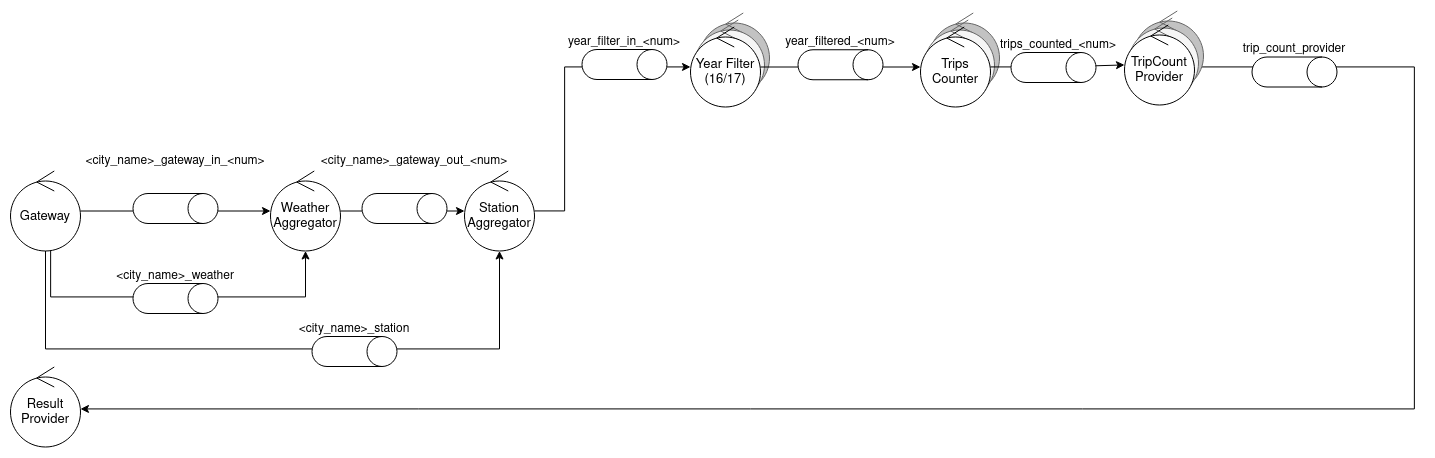
The draw.io diagram docs/robustness_query_2.png in efoppiano/dist1_tp1, before a commit. Source tidied: cells renumbered, new cells last; positions are measured from the earlier drawing's top-left corner, leaving out a move shared by most shapes.
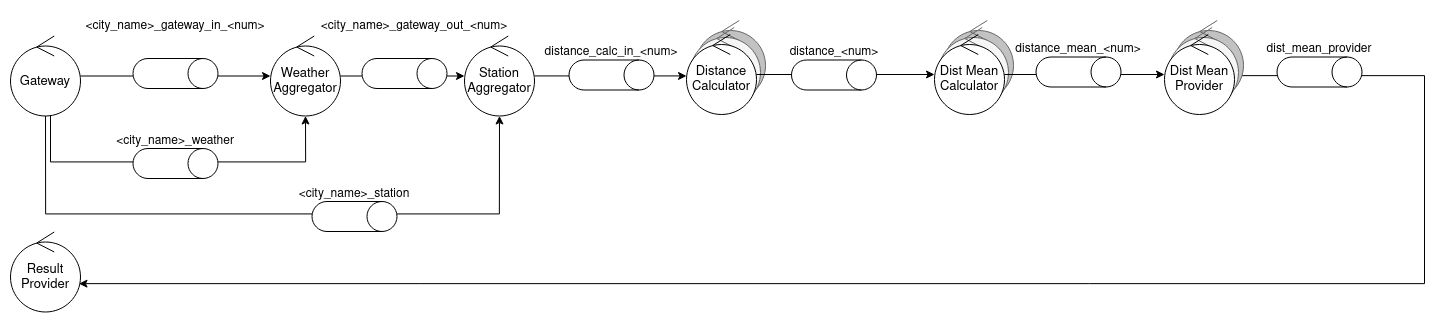
Above is the later version.

Diff of the diagram source:
```diff
@@ -43,7 +43,7 @@
       <mxGeometry relative="1" as="geometry" />
     </mxCell>
     <mxCell id="12" style="group;fontSize=13;" parent="1" vertex="1">
-      <mxGeometry x="680" y="2.5" width="79" height="94" as="geometry" />
+      <mxGeometry x="676" y="145" width="79" height="94" as="geometry" />
     </mxCell>
     <mxCell id="13" style="ellipse;shape=umlControl;whiteSpace=wrap;html=1;fillColor=#C2C2C2;fontColor=#333333;strokeColor=#666666;fontSize=13;" parent="12" vertex="1">
       <mxGeometry x="9" width="70" height="80" as="geometry" />
@@ -51,27 +51,27 @@
     <mxCell id="14" style="ellipse;shape=umlControl;whiteSpace=wrap;html=1;fillColor=#f5f5f5;fontColor=#333333;strokeColor=#666666;fontSize=13;" parent="12" vertex="1">
       <mxGeometry x="4" y="7" width="70" height="80" as="geometry" />
     </mxCell>
-    <mxCell id="15" value="Year Filter (16/17)" style="ellipse;shape=umlControl;whiteSpace=wrap;html=1;fontSize=13;" parent="12" vertex="1">
+    <mxCell id="15" value="Distance Calculator" style="ellipse;shape=umlControl;whiteSpace=wrap;html=1;fontSize=13;" parent="12" vertex="1">
       <mxGeometry y="14" width="70" height="80" as="geometry" />
     </mxCell>
     <mxCell id="16" style="edgeStyle=orthogonalEdgeStyle;rounded=0;jettySize=auto;html=1;fontSize=13;" parent="1" edge="1" source="7" target="15">
       <mxGeometry relative="1" as="geometry">
         <Array as="points">
-          <mxPoint x="554" y="200.5" />
-          <mxPoint x="554" y="56.5" />
+          <mxPoint x="554" y="201" />
+          <mxPoint x="644" y="200" />
         </Array>
       </mxGeometry>
     </mxCell>
     <mxCell id="17" style="edgeStyle=orthogonalEdgeStyle;rounded=0;jettySize=auto;html=1;" parent="1" edge="1" source="21" target="45">
       <mxGeometry relative="1" as="geometry">
         <Array as="points">
-          <mxPoint x="1404" y="56.5" />
-          <mxPoint x="1404" y="398.5" />
+          <mxPoint x="1414" y="200" />
+          <mxPoint x="1414" y="408" />
         </Array>
       </mxGeometry>
     </mxCell>
     <mxCell id="18" style="group;fontSize=13;" parent="1" vertex="1">
-      <mxGeometry x="1114" y="0.5" width="79" height="94" as="geometry" />
+      <mxGeometry x="1154" y="145" width="79" height="94" as="geometry" />
     </mxCell>
     <mxCell id="19" style="ellipse;shape=umlControl;whiteSpace=wrap;html=1;fillColor=#C2C2C2;fontColor=#333333;strokeColor=#666666;fontSize=13;" parent="18" vertex="1">
       <mxGeometry x="9" width="70" height="80" as="geometry" />
@@ -79,7 +79,7 @@
     <mxCell id="20" style="ellipse;shape=umlControl;whiteSpace=wrap;html=1;fillColor=#f5f5f5;fontColor=#333333;strokeColor=#666666;fontSize=13;" parent="18" vertex="1">
       <mxGeometry x="4" y="7" width="70" height="80" as="geometry" />
     </mxCell>
-    <mxCell id="21" value="TripCount Provider" style="ellipse;shape=umlControl;whiteSpace=wrap;html=1;fontSize=13;" parent="18" vertex="1">
+    <mxCell id="21" value="Dist Mean Provider" style="ellipse;shape=umlControl;whiteSpace=wrap;html=1;fontSize=13;" parent="18" vertex="1">
       <mxGeometry y="14" width="70" height="80" as="geometry" />
     </mxCell>
     <mxCell id="22" style="shape=cylinder3;whiteSpace=wrap;html=1;boundedLbl=1;backgroundOutline=1;size=15;rotation=90;" parent="1" vertex="1">
@@ -107,19 +107,19 @@
       <mxGeometry x="314" y="303.5" width="60" height="30" as="geometry" />
     </mxCell>
     <mxCell id="30" style="shape=cylinder3;whiteSpace=wrap;html=1;boundedLbl=1;backgroundOutline=1;size=15;rotation=90;" parent="1" vertex="1">
-      <mxGeometry x="599" y="11.5" width="30" height="85" as="geometry" />
+      <mxGeometry x="586" y="157" width="30" height="85" as="geometry" />
     </mxCell>
-    <mxCell id="31" value="year_filter_in_&amp;lt;num&amp;gt;" style="text;html=1;strokeColor=none;fillColor=none;align=center;verticalAlign=middle;whiteSpace=wrap;rounded=0;" parent="1" vertex="1">
-      <mxGeometry x="584" y="16.5" width="60" height="30" as="geometry" />
+    <mxCell id="31" value="distance_calc_in_&amp;lt;num&amp;gt;" style="text;html=1;strokeColor=none;fillColor=none;align=center;verticalAlign=middle;whiteSpace=wrap;rounded=0;" parent="1" vertex="1">
+      <mxGeometry x="571" y="162" width="60" height="30" as="geometry" />
     </mxCell>
     <mxCell id="32" style="shape=cylinder3;whiteSpace=wrap;html=1;boundedLbl=1;backgroundOutline=1;size=15;rotation=90;" parent="1" vertex="1">
-      <mxGeometry x="1269" y="19" width="30" height="85" as="geometry" />
+      <mxGeometry x="1294" y="154" width="30" height="85" as="geometry" />
     </mxCell>
-    <mxCell id="33" value="trip_count_provider" style="text;html=1;strokeColor=none;fillColor=none;align=center;verticalAlign=middle;whiteSpace=wrap;rounded=0;" parent="1" vertex="1">
-      <mxGeometry x="1254" y="24" width="60" height="30" as="geometry" />
+    <mxCell id="33" value="dist_mean_provider" style="text;html=1;strokeColor=none;fillColor=none;align=center;verticalAlign=middle;whiteSpace=wrap;rounded=0;" parent="1" vertex="1">
+      <mxGeometry x="1279" y="159" width="60" height="30" as="geometry" />
     </mxCell>
     <mxCell id="34" style="group;fontSize=13;" parent="1" vertex="1">
-      <mxGeometry x="910" y="2.5" width="79" height="94" as="geometry" />
+      <mxGeometry x="924" y="145" width="79" height="94" as="geometry" />
     </mxCell>
     <mxCell id="35" style="ellipse;shape=umlControl;whiteSpace=wrap;html=1;fillColor=#C2C2C2;fontColor=#333333;strokeColor=#666666;fontSize=13;" parent="34" vertex="1">
       <mxGeometry x="9" width="70" height="80" as="geometry" />
@@ -127,26 +127,26 @@
     <mxCell id="36" style="ellipse;shape=umlControl;whiteSpace=wrap;html=1;fillColor=#f5f5f5;fontColor=#333333;strokeColor=#666666;fontSize=13;" parent="34" vertex="1">
       <mxGeometry x="4" y="7" width="70" height="80" as="geometry" />
     </mxCell>
-    <mxCell id="37" value="Trips Counter" style="ellipse;shape=umlControl;whiteSpace=wrap;html=1;fontSize=13;" parent="34" vertex="1">
+    <mxCell id="37" value="Dist Mean Calculator" style="ellipse;shape=umlControl;whiteSpace=wrap;html=1;fontSize=13;" parent="34" vertex="1">
       <mxGeometry y="14" width="70" height="80" as="geometry" />
     </mxCell>
     <mxCell id="38" style="edgeStyle=orthogonalEdgeStyle;rounded=0;jettySize=auto;html=1;" parent="1" edge="1" source="15" target="37">
       <mxGeometry relative="1" as="geometry" />
     </mxCell>
-    <mxCell id="39" style="shape=cylinder3;whiteSpace=wrap;html=1;boundedLbl=1;backgroundOutline=1;size=15;rotation=90;" parent="1" vertex="1">
-      <mxGeometry x="815" y="11.8" width="30" height="85" as="geometry" />
+    <mxCell id="39" style="edgeStyle=orthogonalEdgeStyle;rounded=0;jettySize=auto;html=1;" parent="1" edge="1" source="37" target="21">
+      <mxGeometry relative="1" as="geometry" />
     </mxCell>
-    <mxCell id="40" value="year_filtered_&amp;lt;num&amp;gt;" style="text;html=1;strokeColor=none;fillColor=none;align=center;verticalAlign=middle;whiteSpace=wrap;rounded=0;" parent="1" vertex="1">
-      <mxGeometry x="800" y="16.8" width="60" height="30" as="geometry" />
+    <mxCell id="40" style="shape=cylinder3;whiteSpace=wrap;html=1;boundedLbl=1;backgroundOutline=1;size=15;rotation=90;" parent="1" vertex="1">
+      <mxGeometry x="808.5" y="157" width="30" height="85" as="geometry" />
     </mxCell>
-    <mxCell id="41" style="edgeStyle=orthogonalEdgeStyle;rounded=0;jettySize=auto;html=1;" parent="1" edge="1" source="37" target="21">
-      <mxGeometry relative="1" as="geometry" />
+    <mxCell id="41" value="distance_&amp;lt;num&amp;gt;" style="text;html=1;strokeColor=none;fillColor=none;align=center;verticalAlign=middle;whiteSpace=wrap;rounded=0;" parent="1" vertex="1">
+      <mxGeometry x="793.5" y="162" width="60" height="30" as="geometry" />
     </mxCell>
     <mxCell id="42" style="shape=cylinder3;whiteSpace=wrap;html=1;boundedLbl=1;backgroundOutline=1;size=15;rotation=90;" parent="1" vertex="1">
-      <mxGeometry x="1028" y="14.5" width="30" height="85" as="geometry" />
+      <mxGeometry x="1053" y="154" width="30" height="85" as="geometry" />
     </mxCell>
-    <mxCell id="43" value="trips_counted_&amp;lt;num&amp;gt;" style="text;html=1;strokeColor=none;fillColor=none;align=center;verticalAlign=middle;whiteSpace=wrap;rounded=0;" parent="1" vertex="1">
-      <mxGeometry x="1018" y="19.5" width="60" height="30" as="geometry" />
+    <mxCell id="43" value="distance_mean_&amp;lt;num&amp;gt;" style="text;html=1;strokeColor=none;fillColor=none;align=center;verticalAlign=middle;whiteSpace=wrap;rounded=0;" parent="1" vertex="1">
+      <mxGeometry x="1038" y="159" width="60" height="30" as="geometry" />
     </mxCell>
     <mxCell id="44" style="group;fontSize=13;" parent="1" vertex="1">
       <mxGeometry y="342.5" width="79" height="94" as="geometry" />
```
